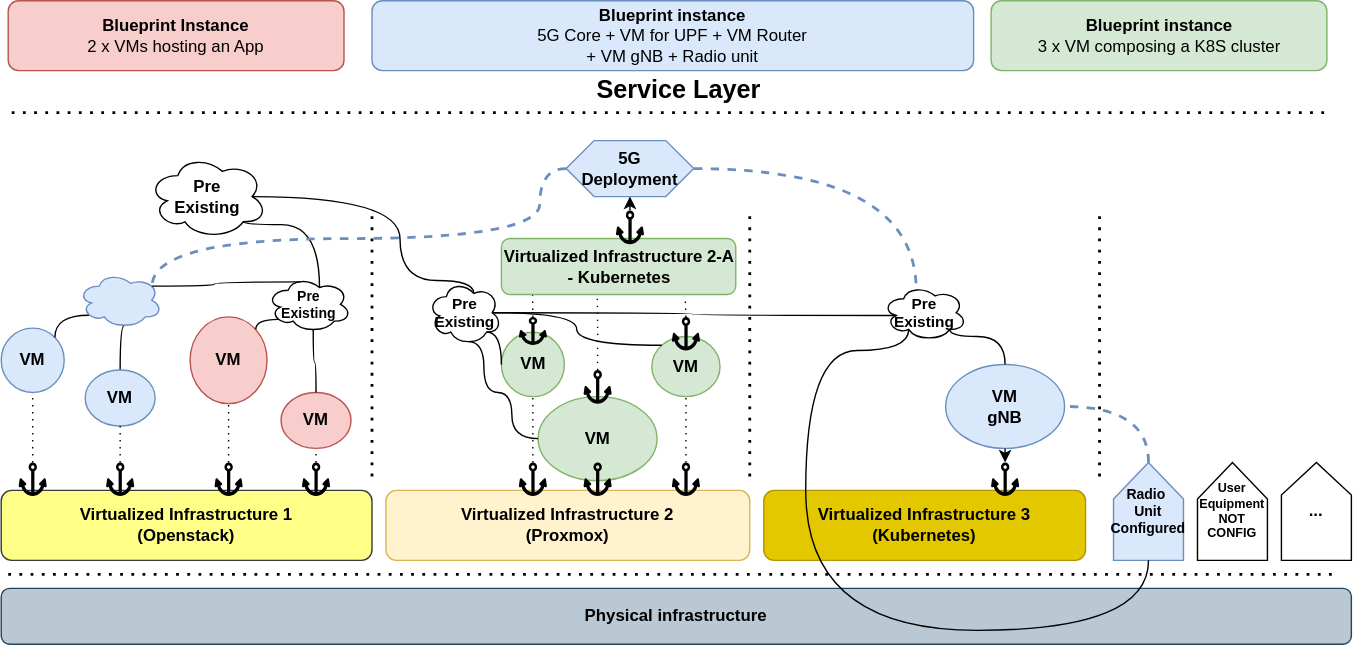
The draw.io diagram docs/images/NVFCL-diagrams-Network-Ecosystem.drawio.svg in s2n-cnit/nfvcl-ng, before a commit. Source tidied: cells renumbered, new cells last; positions are measured from the earlier drawing's top-left corner, leaving out a move shared by most shapes.
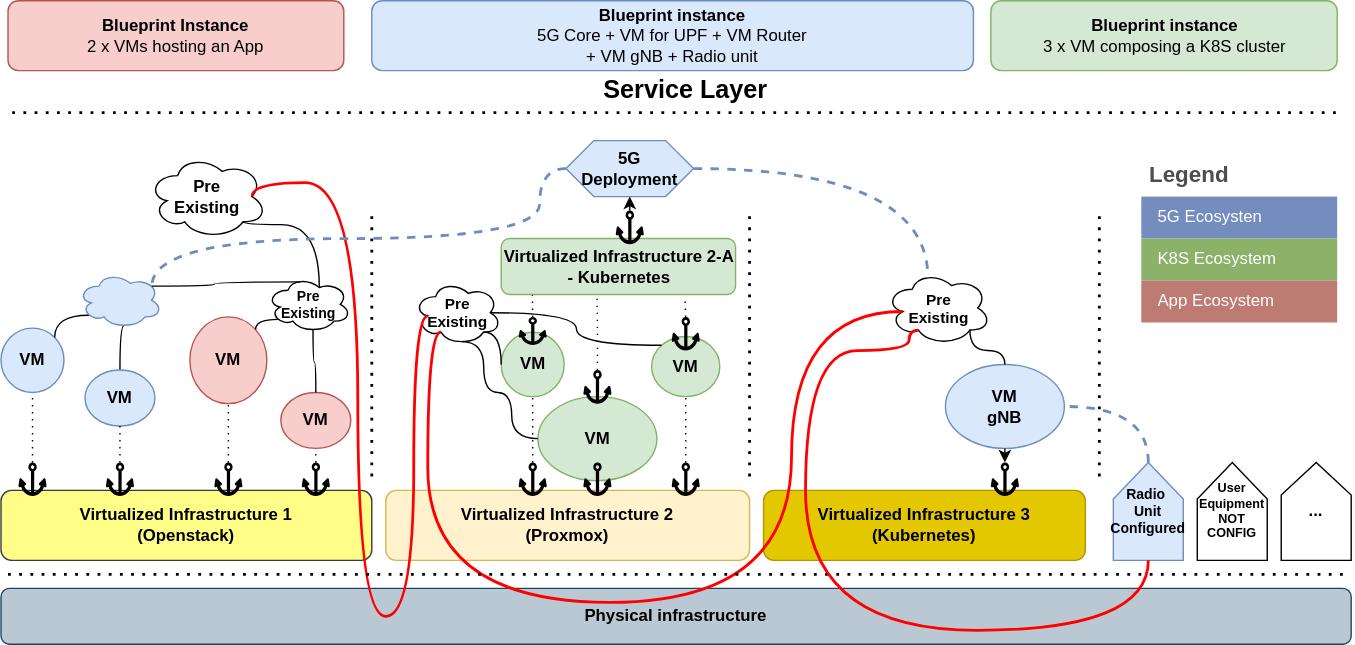
The same diagram one commit later.

What changed in the source:
```diff
@@ -168,14 +168,16 @@
       </mxGeometry>
     </mxCell>
     <mxCell id="50" value="&lt;font style=&quot;font-size: 11px;&quot;&gt;Pre&lt;/font&gt;&lt;div style=&quot;font-size: 11px;&quot;&gt;&lt;font style=&quot;font-size: 11px;&quot;&gt;Existing&lt;/font&gt;&lt;/div&gt;" style="ellipse;shape=cloud;whiteSpace=wrap;html=1;fontStyle=1;" parent="1" vertex="1">
-      <mxGeometry x="305" y="200" width="52.5" height="46" as="geometry" />
+      <mxGeometry x="295" y="200" width="62.5" height="46" as="geometry" />
     </mxCell>
-    <mxCell id="51" style="edgeStyle=orthogonalEdgeStyle;rounded=0;jettySize=auto;html=1;exitX=0.875;exitY=0.5;exitDx=0;exitDy=0;exitPerimeter=0;entryX=0.625;entryY=0.2;entryDx=0;entryDy=0;entryPerimeter=0;curved=1;endArrow=none;endFill=0;" parent="1" edge="1" source="28" target="50">
+    <mxCell id="51" style="edgeStyle=orthogonalEdgeStyle;rounded=0;jettySize=auto;html=1;exitX=0.875;exitY=0.5;exitDx=0;exitDy=0;exitPerimeter=0;entryX=0.16;entryY=0.55;entryDx=0;entryDy=0;entryPerimeter=0;curved=1;endArrow=none;endFill=0;strokeColor=#FF0000;strokeWidth=2;" parent="1" edge="1" source="28" target="50">
       <mxGeometry relative="1" as="geometry">
         <Array as="points">
-          <mxPoint x="285" y="140" />
-          <mxPoint x="285" y="200" />
-          <mxPoint x="338" y="200" />
+          <mxPoint x="179" y="130" />
+          <mxPoint x="255" y="130" />
+          <mxPoint x="255" y="440" />
+          <mxPoint x="295" y="440" />
+          <mxPoint x="295" y="225" />
         </Array>
       </mxGeometry>
     </mxCell>
@@ -189,24 +191,36 @@
       </mxGeometry>
     </mxCell>
     <mxCell id="53" value="&lt;font style=&quot;font-size: 11px;&quot;&gt;Pre&lt;/font&gt;&lt;div style=&quot;font-size: 11px;&quot;&gt;&lt;font style=&quot;font-size: 11px;&quot;&gt;Existing&lt;/font&gt;&lt;/div&gt;" style="ellipse;shape=cloud;whiteSpace=wrap;html=1;fontStyle=1;" parent="1" vertex="1">
-      <mxGeometry x="630" y="203" width="60" height="40" as="geometry" />
+      <mxGeometry x="632.5" y="193" width="75" height="53" as="geometry" />
     </mxCell>
     <mxCell id="54" style="edgeStyle=orthogonalEdgeStyle;rounded=0;jettySize=auto;html=1;exitX=1;exitY=0.5;exitDx=0;exitDy=0;entryX=0.4;entryY=0.1;entryDx=0;entryDy=0;entryPerimeter=0;curved=1;endArrow=none;endFill=0;dashed=1;fillColor=#dae8fc;strokeColor=#6c8ebf;strokeWidth=2;" parent="1" edge="1" source="30" target="53">
       <mxGeometry relative="1" as="geometry" />
     </mxCell>
     <mxCell id="55" style="edgeStyle=orthogonalEdgeStyle;rounded=0;jettySize=auto;html=1;exitX=0.5;exitY=0;exitDx=0;exitDy=0;entryX=0.8;entryY=0.8;entryDx=0;entryDy=0;entryPerimeter=0;curved=1;endArrow=none;endFill=0;" parent="1" edge="1" source="27" target="53">
-      <mxGeometry relative="1" as="geometry" />
+      <mxGeometry relative="1" as="geometry">
+        <Array as="points">
+          <mxPoint x="717" y="250" />
+          <mxPoint x="693" y="250" />
+        </Array>
+      </mxGeometry>
     </mxCell>
-    <mxCell id="56" style="edgeStyle=orthogonalEdgeStyle;rounded=0;jettySize=auto;html=1;exitX=0.16;exitY=0.55;exitDx=0;exitDy=0;exitPerimeter=0;entryX=0.875;entryY=0.5;entryDx=0;entryDy=0;entryPerimeter=0;curved=1;endArrow=none;endFill=0;" parent="1" edge="1" source="53" target="50">
-      <mxGeometry relative="1" as="geometry" />
+    <mxCell id="56" style="edgeStyle=orthogonalEdgeStyle;rounded=0;jettySize=auto;html=1;exitX=0.16;exitY=0.55;exitDx=0;exitDy=0;exitPerimeter=0;entryX=0.31;entryY=0.8;entryDx=0;entryDy=0;entryPerimeter=0;curved=1;endArrow=none;endFill=0;strokeColor=#FF0000;strokeWidth=2;" parent="1" edge="1" source="53" target="50">
+      <mxGeometry relative="1" as="geometry">
+        <Array as="points">
+          <mxPoint x="565" y="222" />
+          <mxPoint x="565" y="430" />
+          <mxPoint x="305" y="430" />
+          <mxPoint x="305" y="237" />
+        </Array>
+      </mxGeometry>
     </mxCell>
     <mxCell id="57" value="&lt;div&gt;&lt;b&gt;Blueprint instance&lt;/b&gt;&lt;/div&gt;5G Core + VM for UPF + VM Router&lt;div&gt;+ VM gNB + Radio unit&lt;/div&gt;" style="rounded=1;whiteSpace=wrap;html=1;fillColor=#dae8fc;strokeColor=#6c8ebf;" parent="1" vertex="1">
       <mxGeometry x="265" width="430" height="50" as="geometry" />
     </mxCell>
     <mxCell id="58" style="endArrow=none;dashed=1;html=1;dashPattern=1 3;strokeWidth=2;rounded=0;" parent="1" edge="1">
       <mxGeometry relative="1" as="geometry">
-        <mxPoint x="7.5" y="80" as="sourcePoint" />
-        <mxPoint x="947.5" y="80" as="targetPoint" />
+        <mxPoint x="8" y="80" as="sourcePoint" />
+        <mxPoint x="955" y="80" as="targetPoint" />
       </mxGeometry>
     </mxCell>
     <mxCell id="59" value="&lt;b&gt;&lt;font style=&quot;font-size: 18px;&quot;&gt;Service Layer&lt;/font&gt;&lt;/b&gt;" style="edgeLabel;html=1;align=center;verticalAlign=middle;" parent="58" vertex="1">
@@ -233,15 +247,15 @@
       <mxGeometry x="5" width="240" height="50" as="geometry" />
     </mxCell>
     <mxCell id="66" value="&lt;div&gt;&lt;b&gt;Blueprint instance&lt;/b&gt;&lt;/div&gt;&lt;div&gt;3 x VM composing a K8S cluster&lt;/div&gt;" style="rounded=1;whiteSpace=wrap;html=1;fillColor=#d5e8d4;strokeColor=#82b366;" parent="1" vertex="1">
-      <mxGeometry x="707.5" width="240" height="50" as="geometry" />
+      <mxGeometry x="707.5" width="247.5" height="50" as="geometry" />
     </mxCell>
     <mxCell id="67" style="endArrow=none;dashed=1;html=1;dashPattern=1 3;strokeWidth=2;rounded=0;" parent="1" edge="1">
       <mxGeometry relative="1" as="geometry">
         <mxPoint x="5" y="410" as="sourcePoint" />
-        <mxPoint x="955" y="410" as="targetPoint" />
+        <mxPoint x="965" y="410" as="targetPoint" />
       </mxGeometry>
     </mxCell>
-    <mxCell id="68" style="edgeStyle=orthogonalEdgeStyle;rounded=0;jettySize=auto;html=1;exitX=0.5;exitY=0;exitDx=0;exitDy=0;entryX=0.31;entryY=0.8;entryDx=0;entryDy=0;entryPerimeter=0;curved=1;endArrow=none;endFill=0;" parent="1" edge="1" source="61" target="53">
+    <mxCell id="68" style="edgeStyle=orthogonalEdgeStyle;rounded=0;jettySize=auto;html=1;exitX=0.5;exitY=0;exitDx=0;exitDy=0;entryX=0.31;entryY=0.8;entryDx=0;entryDy=0;entryPerimeter=0;curved=1;endArrow=none;endFill=0;strokeColor=#FF0000;strokeWidth=2;" parent="1" edge="1" source="61" target="53">
       <mxGeometry relative="1" as="geometry">
         <Array as="points">
           <mxPoint x="820" y="450" />
@@ -262,5 +276,26 @@
     <mxCell id="71" style="edgeStyle=orthogonalEdgeStyle;rounded=0;jettySize=auto;html=1;exitX=0.5;exitY=0;exitDx=0;exitDy=0;exitPerimeter=0;entryX=0.784;entryY=1.03;entryDx=0;entryDy=0;entryPerimeter=0;endArrow=none;endFill=0;dashed=1;dashPattern=1 4;" parent="1" edge="1" source="24" target="11">
       <mxGeometry relative="1" as="geometry" />
     </mxCell>
+    <mxCell id="72" value="Legend" style="shape=table;startSize=30;fontSize=16;align=left;verticalAlign=top;fillColor=none;strokeColor=none;fontColor=#4D4D4D;fontStyle=1;spacingLeft=6;spacing=0;" parent="1" vertex="1">
+      <mxGeometry x="815" y="110" width="140" height="120" as="geometry" />
+    </mxCell>
+    <mxCell id="73" style="shape=tableRow;horizontal=0;startSize=0;swimlaneHead=0;swimlaneBody=0;strokeColor=inherit;top=0;left=0;bottom=0;right=0;fillColor=none;fontSize=12;" parent="72" vertex="1">
+      <mxGeometry y="30" width="140" height="30" as="geometry" />
+    </mxCell>
+    <mxCell id="74" value="5G Ecosysten" style="shape=partialRectangle;html=1;whiteSpace=wrap;strokeColor=inherit;overflow=hidden;fillColor=#748dbe;top=0;left=0;bottom=0;right=0;fontSize=12;align=left;fontColor=#FFFFFF;gradientColor=none;spacingLeft=10;spacingRight=4;strokeWidth=1;" parent="73" vertex="1">
+      <mxGeometry width="140" height="30" as="geometry" />
+    </mxCell>
+    <mxCell id="75" style="shape=tableRow;horizontal=0;startSize=0;swimlaneHead=0;swimlaneBody=0;strokeColor=inherit;top=0;left=0;bottom=0;right=0;fillColor=none;fontSize=12;" parent="72" vertex="1">
+      <mxGeometry y="60" width="140" height="30" as="geometry" />
+    </mxCell>
+    <mxCell id="76" value="K8S Ecosystem" style="shape=partialRectangle;html=1;whiteSpace=wrap;strokeColor=inherit;overflow=hidden;fillColor=#8cb269;top=0;left=0;bottom=0;right=0;fontSize=12;align=left;fontColor=#FFFFFF;gradientColor=none;spacingLeft=10;spacingRight=4;" parent="75" vertex="1">
+      <mxGeometry width="140" height="30" as="geometry" />
+    </mxCell>
+    <mxCell id="77" style="shape=tableRow;horizontal=0;startSize=0;swimlaneHead=0;swimlaneBody=0;strokeColor=inherit;top=0;left=0;bottom=0;right=0;fillColor=none;fontSize=12;" parent="72" vertex="1">
+      <mxGeometry y="90" width="140" height="30" as="geometry" />
+    </mxCell>
+    <mxCell id="78" value="App Ecosystem" style="shape=partialRectangle;html=1;whiteSpace=wrap;strokeColor=inherit;overflow=hidden;fillColor=#be7b73;top=0;left=0;bottom=0;right=0;fontSize=12;align=left;fontColor=#FFFFFF;gradientColor=none;spacingLeft=10;spacingRight=4;" parent="77" vertex="1">
+      <mxGeometry width="140" height="30" as="geometry" />
+    </mxCell>
   </root>
 </mxGraphModel>
```
